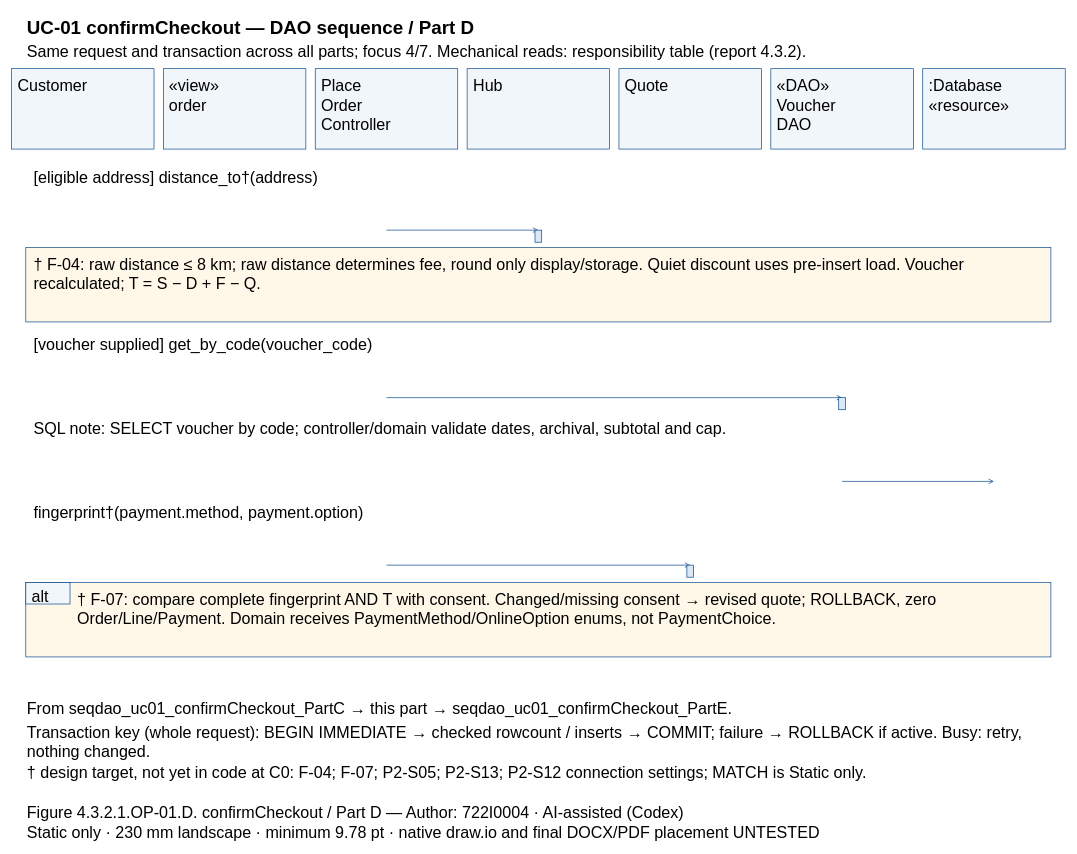
Before: models/UC-01/seqdao_uc01_confirmCheckout_PartD.drawio in Dat071104/SaigonBite, a draw.io diagram. Source tidied: cells renumbered, new cells numbered last; positions are measured from the earlier drawing's top-left corner, leaving out a move shared by most shapes. Both pictures are drawn from the tidied source at 67%, with x=0, y=0 at pixel (11, 11).
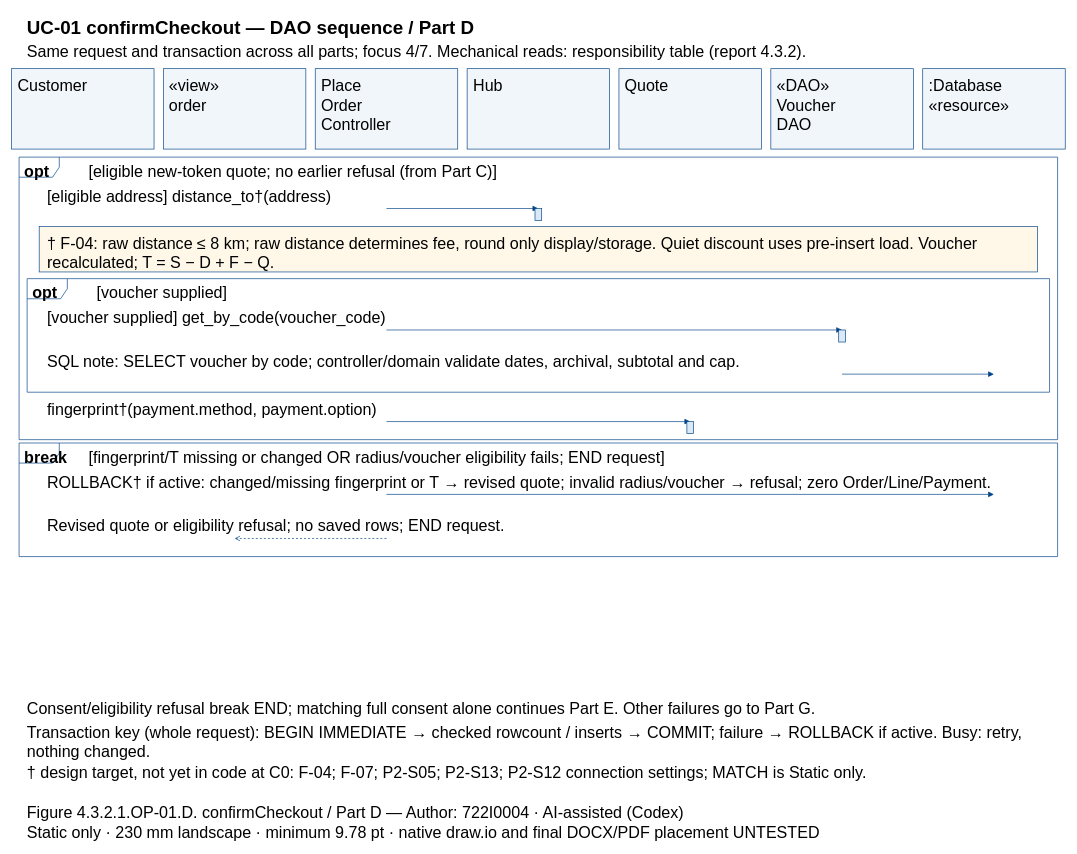
Above is the later version.

What changed in the source:
```diff
@@
+    <mxCell id="48" style="shape=umlFrame;fillColor=none;strokeColor=#004387;" parent="1" vertex="1">
+      <mxGeometry x="11" y="217" width="1550" height="421.7" as="geometry" />
+    </mxCell>
+    <mxCell id="49" style="shape=umlFrame;fillColor=none;strokeColor=#004387;" parent="1" vertex="1">
+      <mxGeometry x="23" y="398.4" width="1526" height="169.5" as="geometry" />
+    </mxCell>
+    <mxCell id="50" style="shape=umlFrame;fillColor=none;strokeColor=#004387;" parent="1" vertex="1">
+      <mxGeometry x="11" y="643.7" width="1550" height="169.5" as="geometry" />
+    </mxCell>
@@
-    <mxCell id="15" value="«DAO»&#10;Voucher&#10;DAO" style="text;html=0;whiteSpace=wrap;align=left;verticalAlign=top;strokeColor=none;fillColor=none;fontFamily=Arial;fontSize=24;fontStyle=0;" parent="1" vertex="1">
-      <mxGeometry x="1140" y="90" width="198.7" height="83.5" as="geometry" />
-    </mxCell>
+    <mxCell id="18" value="«DAO»&#10;Voucher&#10;DAO" style="text;html=0;whiteSpace=wrap;align=left;verticalAlign=top;strokeColor=none;fillColor=none;fontFamily=Arial;fontSize=24;fontStyle=0;" parent="1" vertex="1">
+      <mxGeometry x="1140" y="90" width="198.7" height="83.5" as="geometry" />
+    </mxCell>
@@
-    <mxCell id="18" value="[eligible address] distance_to†(address)" style="text;html=0;whiteSpace=wrap;align=left;verticalAlign=top;strokeColor=none;fillColor=none;fontFamily=Arial;fontSize=24;fontStyle=0;" parent="1" vertex="1">
-      <mxGeometry x="31" y="227" width="1510" height="27.8" as="geometry" />
-    </mxCell>
+    <mxCell id="51" value="opt" style="text;html=0;whiteSpace=wrap;align=left;verticalAlign=top;strokeColor=none;fillColor=none;fontFamily=Arial;fontSize=24;fontStyle=1;" parent="1" vertex="1">
+      <mxGeometry x="17" y="218" width="84" height="27.8" as="geometry" />
+    </mxCell>
+    <mxCell id="52" value="[eligible new-token quote; no earlier refusal (from Part C)]" style="text;html=0;whiteSpace=wrap;align=left;verticalAlign=top;strokeColor=none;fillColor=none;fontFamily=Arial;fontSize=24;fontStyle=0;" parent="1" vertex="1">
+      <mxGeometry x="113" y="218" width="1438" height="27.8" as="geometry" />
+    </mxCell>
+    <mxCell id="53" value="opt" style="text;html=0;whiteSpace=wrap;align=left;verticalAlign=top;strokeColor=none;fillColor=none;fontFamily=Arial;fontSize=24;fontStyle=1;" parent="1" vertex="1">
+      <mxGeometry x="29" y="399.4" width="84" height="27.8" as="geometry" />
+    </mxCell>
+    <mxCell id="54" value="[voucher supplied]" style="text;html=0;whiteSpace=wrap;align=left;verticalAlign=top;strokeColor=none;fillColor=none;fontFamily=Arial;fontSize=24;fontStyle=0;" parent="1" vertex="1">
+      <mxGeometry x="125" y="399.4" width="1414" height="27.8" as="geometry" />
+    </mxCell>
+    <mxCell id="55" value="break" style="text;html=0;whiteSpace=wrap;align=left;verticalAlign=top;strokeColor=none;fillColor=none;fontFamily=Arial;fontSize=24;fontStyle=1;" parent="1" vertex="1">
+      <mxGeometry x="17" y="644.7" width="84" height="27.8" as="geometry" />
+    </mxCell>
+    <mxCell id="56" value="[fingerprint/T missing or changed OR radius/voucher eligibility fails; END request]" style="text;html=0;whiteSpace=wrap;align=left;verticalAlign=top;strokeColor=none;fillColor=none;fontFamily=Arial;fontSize=24;fontStyle=0;" parent="1" vertex="1">
+      <mxGeometry x="113" y="644.7" width="1438" height="27.8" as="geometry" />
+    </mxCell>
+    <mxCell id="57" value="[eligible address] distance_to†(address)" style="text;html=0;whiteSpace=wrap;align=left;verticalAlign=top;strokeColor=none;fillColor=none;fontFamily=Arial;fontSize=24;fontStyle=0;" parent="1" vertex="1">
+      <mxGeometry x="51" y="254.8" width="1470" height="27.8" as="geometry" />
+    </mxCell>
     <mxCell id="19" style="opacity=0;" parent="1" vertex="1">
-      <mxGeometry x="559.3" y="326" as="geometry" />
+      <mxGeometry x="559.3" y="293.7" as="geometry" />
     </mxCell>
     <mxCell id="20" style="opacity=0;" parent="1" vertex="1">
-      <mxGeometry x="786" y="326" as="geometry" />
+      <mxGeometry x="786" y="293.7" as="geometry" />
     </mxCell>
-    <mxCell id="21" style="edgeStyle=none;endArrow=open;strokeColor=#004387;exitX=0.5;entryX=0.5;exitPerimeter=0;entryPerimeter=0;" parent="1" edge="1" source="19" target="20">
+    <mxCell id="21" style="edgeStyle=none;endArrow=block;endFill=1;strokeColor=#004387;exitX=0.5;entryX=0.5;exitPerimeter=0;entryPerimeter=0;" parent="1" edge="1" source="19" target="20">
       <mxGeometry relative="1" as="geometry" />
     </mxCell>
-    <mxCell id="22" style="fillColor=#DAE9F5;strokeColor=#004387;" parent="1" vertex="1">
-      <mxGeometry x="781" y="326" width="10" height="18" as="geometry" />
-    </mxCell>
-    <mxCell id="23" style="fillColor=#FFF8E9;strokeColor=#004387;" parent="1" vertex="1">
-      <mxGeometry x="21" y="352" width="1530" height="111" as="geometry" />
-    </mxCell>
+    <mxCell id="58" style="fillColor=#DAE9F5;strokeColor=#004387;" parent="1" vertex="1">
+      <mxGeometry x="781" y="293.7" width="10" height="18" as="geometry" />
+    </mxCell>
+    <mxCell id="38" style="fillColor=#FFF8E9;strokeColor=#004387;" parent="1" vertex="1">
+      <mxGeometry x="41" y="320.7" width="1490" height="67.7" as="geometry" />
+    </mxCell>
     <mxCell id="24" value="† F-04: raw distance ≤ 8 km; raw distance determines fee, round only display/storage. Quiet discount uses pre-insert load. Voucher&#10;recalculated; T = S − D + F − Q." style="text;html=0;whiteSpace=wrap;align=left;verticalAlign=top;strokeColor=none;fillColor=none;fontFamily=Arial;fontSize=24;fontStyle=0;" parent="1" vertex="1">
-      <mxGeometry x="31" y="357" width="1510" height="55.7" as="geometry" />
+      <mxGeometry x="51" y="324.7" width="1470" height="55.7" as="geometry" />
     </mxCell>
     <mxCell id="25" value="[voucher supplied] get_by_code(voucher_code)" style="text;html=0;whiteSpace=wrap;align=left;verticalAlign=top;strokeColor=none;fillColor=none;fontFamily=Arial;fontSize=24;fontStyle=0;" parent="1" vertex="1">
-      <mxGeometry x="31" y="477" width="1510" height="27.8" as="geometry" />
+      <mxGeometry x="51" y="436.2" width="1470" height="27.8" as="geometry" />
     </mxCell>
     <mxCell id="26" style="opacity=0;" parent="1" vertex="1">
-      <mxGeometry x="559.3" y="576" as="geometry" />
+      <mxGeometry x="559.3" y="475" as="geometry" />
     </mxCell>
     <mxCell id="27" style="opacity=0;" parent="1" vertex="1">
-      <mxGeometry x="1239.3" y="576" as="geometry" />
+      <mxGeometry x="1239.3" y="475" as="geometry" />
     </mxCell>
-    <mxCell id="28" style="edgeStyle=none;endArrow=open;strokeColor=#004387;exitX=0.5;entryX=0.5;exitPerimeter=0;entryPerimeter=0;" parent="1" edge="1" source="26" target="27">
+    <mxCell id="28" style="edgeStyle=none;endArrow=block;endFill=1;strokeColor=#004387;exitX=0.5;entryX=0.5;exitPerimeter=0;entryPerimeter=0;" parent="1" edge="1" source="26" target="27">
       <mxGeometry relative="1" as="geometry" />
     </mxCell>
-    <mxCell id="29" style="fillColor=#DAE9F5;strokeColor=#004387;" parent="1" vertex="1">
-      <mxGeometry x="1234.3" y="576" width="10" height="18" as="geometry" />
-    </mxCell>
-    <mxCell id="30" value="SQL note: SELECT voucher by code; controller/domain validate dates, archival, subtotal and cap." style="text;html=0;whiteSpace=wrap;align=left;verticalAlign=top;strokeColor=none;fillColor=none;fontFamily=Arial;fontSize=24;fontStyle=0;" parent="1" vertex="1">
-      <mxGeometry x="31" y="602" width="1510" height="27.8" as="geometry" />
-    </mxCell>
+    <mxCell id="59" style="fillColor=#DAE9F5;strokeColor=#004387;" parent="1" vertex="1">
+      <mxGeometry x="1234.3" y="475" width="10" height="18" as="geometry" />
+    </mxCell>
+    <mxCell id="43" value="SQL note: SELECT voucher by code; controller/domain validate dates, archival, subtotal and cap." style="text;html=0;whiteSpace=wrap;align=left;verticalAlign=top;strokeColor=none;fillColor=none;fontFamily=Arial;fontSize=24;fontStyle=0;" parent="1" vertex="1">
+      <mxGeometry x="51" y="502" width="1470" height="27.8" as="geometry" />
+    </mxCell>
     <mxCell id="31" style="opacity=0;" parent="1" vertex="1">
-      <mxGeometry x="1239.3" y="701" as="geometry" />
+      <mxGeometry x="1239.3" y="540.9" as="geometry" />
     </mxCell>
     <mxCell id="32" style="opacity=0;" parent="1" vertex="1">
-      <mxGeometry x="1466" y="701" as="geometry" />
+      <mxGeometry x="1466" y="540.9" as="geometry" />
     </mxCell>
-    <mxCell id="33" style="edgeStyle=none;endArrow=open;strokeColor=#004387;exitX=0.5;entryX=0.5;exitPerimeter=0;entryPerimeter=0;" parent="1" edge="1" source="31" target="32">
+    <mxCell id="33" style="edgeStyle=none;endArrow=block;endFill=1;strokeColor=#004387;exitX=0.5;entryX=0.5;exitPerimeter=0;entryPerimeter=0;" parent="1" edge="1" source="31" target="32">
       <mxGeometry relative="1" as="geometry" />
     </mxCell>
-    <mxCell id="34" value="fingerprint†(payment.method, payment.option)" style="text;html=0;whiteSpace=wrap;align=left;verticalAlign=top;strokeColor=none;fillColor=none;fontFamily=Arial;fontSize=24;fontStyle=0;" parent="1" vertex="1">
-      <mxGeometry x="31" y="727" width="1510" height="27.8" as="geometry" />
-    </mxCell>
+    <mxCell id="45" value="fingerprint†(payment.method, payment.option)" style="text;html=0;whiteSpace=wrap;align=left;verticalAlign=top;strokeColor=none;fillColor=none;fontFamily=Arial;fontSize=24;fontStyle=0;" parent="1" vertex="1">
+      <mxGeometry x="51" y="572.9" width="1470" height="27.8" as="geometry" />
+    </mxCell>
     <mxCell id="35" style="opacity=0;" parent="1" vertex="1">
-      <mxGeometry x="559.3" y="826" as="geometry" />
+      <mxGeometry x="559.3" y="611.7" as="geometry" />
     </mxCell>
     <mxCell id="36" style="opacity=0;" parent="1" vertex="1">
-      <mxGeometry x="1012.7" y="826" as="geometry" />
+      <mxGeometry x="1012.7" y="611.7" as="geometry" />
     </mxCell>
-    <mxCell id="37" style="edgeStyle=none;endArrow=open;strokeColor=#004387;exitX=0.5;entryX=0.5;exitPerimeter=0;entryPerimeter=0;" parent="1" edge="1" source="35" target="36">
+    <mxCell id="37" style="edgeStyle=none;endArrow=block;endFill=1;strokeColor=#004387;exitX=0.5;entryX=0.5;exitPerimeter=0;entryPerimeter=0;" parent="1" edge="1" source="35" target="36">
       <mxGeometry relative="1" as="geometry" />
     </mxCell>
-    <mxCell id="38" style="fillColor=#DAE9F5;strokeColor=#004387;" parent="1" vertex="1">
-      <mxGeometry x="1007.7" y="826" width="10" height="18" as="geometry" />
-    </mxCell>
-    <mxCell id="39" style="fillColor=#FFF8E9;strokeColor=#004387;" parent="1" vertex="1">
-      <mxGeometry x="21" y="852" width="1530" height="111" as="geometry" />
-    </mxCell>
-    <mxCell id="40" style="fillColor=#F1F6FA;strokeColor=#004387;" parent="1" vertex="1">
-      <mxGeometry x="21" y="852" width="66" height="32" as="geometry" />
-    </mxCell>
-    <mxCell id="41" value="alt" style="text;html=0;whiteSpace=wrap;align=left;verticalAlign=top;strokeColor=none;fillColor=none;fontFamily=Arial;fontSize=24;fontStyle=0;" parent="1" vertex="1">
-      <mxGeometry x="28" y="852" width="56" height="27.8" as="geometry" />
-    </mxCell>
-    <mxCell id="42" value="† F-07: compare complete fingerprint AND T with consent. Changed/missing consent → revised quote; ROLLBACK, zero&#10;Order/Line/Payment. Domain receives PaymentMethod/OnlineOption enums, not PaymentChoice." style="text;html=0;whiteSpace=wrap;align=left;verticalAlign=top;strokeColor=none;fillColor=none;fontFamily=Arial;fontSize=24;fontStyle=0;" parent="1" vertex="1">
-      <mxGeometry x="96" y="857" width="1440" height="55.7" as="geometry" />
-    </mxCell>
-    <mxCell id="43" value="From seqdao_uc01_confirmCheckout_PartC → this part → seqdao_uc01_confirmCheckout_PartE." style="text;html=0;whiteSpace=wrap;align=left;verticalAlign=top;strokeColor=none;fillColor=none;fontFamily=Arial;fontSize=24;fontStyle=0;" parent="1" vertex="1">
-      <mxGeometry x="21" y="1020" width="1530" height="27.8" as="geometry" />
-    </mxCell>
+    <mxCell id="60" style="fillColor=#DAE9F5;strokeColor=#004387;" parent="1" vertex="1">
+      <mxGeometry x="1007.7" y="611.7" width="10" height="18" as="geometry" />
+    </mxCell>
+    <mxCell id="61" value="ROLLBACK† if active: changed/missing fingerprint or T → revised quote; invalid radius/voucher → refusal; zero Order/Line/Payment." style="text;html=0;whiteSpace=wrap;align=left;verticalAlign=top;strokeColor=none;fillColor=none;fontFamily=Arial;fontSize=24;fontStyle=0;" parent="1" vertex="1">
+      <mxGeometry x="51" y="681.6" width="1470" height="27.8" as="geometry" />
+    </mxCell>
+    <mxCell id="62" style="opacity=0;" parent="1" vertex="1">
+      <mxGeometry x="559.3" y="720.4" as="geometry" />
+    </mxCell>
+    <mxCell id="63" style="opacity=0;" parent="1" vertex="1">
+      <mxGeometry x="1466" y="720.4" as="geometry" />
+    </mxCell>
+    <mxCell id="64" style="edgeStyle=none;endArrow=block;endFill=1;strokeColor=#004387;exitX=0.5;entryX=0.5;exitPerimeter=0;entryPerimeter=0;" parent="1" edge="1" source="62" target="63">
+      <mxGeometry relative="1" as="geometry" />
+    </mxCell>
+    <mxCell id="65" value="Revised quote or eligibility refusal; no saved rows; END request." style="text;html=0;whiteSpace=wrap;align=left;verticalAlign=top;strokeColor=none;fillColor=none;fontFamily=Arial;fontSize=24;fontStyle=0;" parent="1" vertex="1">
+      <mxGeometry x="51" y="747.4" width="1470" height="27.8" as="geometry" />
+    </mxCell>
+    <mxCell id="66" style="opacity=0;" parent="1" vertex="1">
+      <mxGeometry x="559.3" y="786.2" as="geometry" />
+    </mxCell>
+    <mxCell id="67" style="opacity=0;" parent="1" vertex="1">
+      <mxGeometry x="332.7" y="786.2" as="geometry" />
+    </mxCell>
+    <mxCell id="68" style="edgeStyle=none;endArrow=open;endFill=0;strokeColor=#004387;dashed=1;exitX=0.5;entryX=0.5;exitPerimeter=0;entryPerimeter=0;" parent="1" edge="1" source="66" target="67">
+      <mxGeometry relative="1" as="geometry" />
+    </mxCell>
+    <mxCell id="69" value="Consent/eligibility refusal break END; matching full consent alone continues Part E. Other failures go to Part G." style="text;html=0;whiteSpace=wrap;align=left;verticalAlign=top;strokeColor=none;fillColor=none;fontFamily=Arial;fontSize=24;fontStyle=0;" parent="1" vertex="1">
+      <mxGeometry x="21" y="1020" width="1530" height="27.8" as="geometry" />
+    </mxCell>
@@
-    <mxCell id="45" value="† design target, not yet in code at C0: F-04; F-07; P2-S05; P2-S13; P2-S12 connection settings; MATCH is Static only." style="text;html=0;whiteSpace=wrap;align=left;verticalAlign=top;strokeColor=none;fillColor=none;fontFamily=Arial;fontSize=24;fontStyle=0;" parent="1" vertex="1">
-      <mxGeometry x="21" y="1115" width="1530" height="27.8" as="geometry" />
-    </mxCell>
+    <mxCell id="70" value="† design target, not yet in code at C0: F-04; F-07; P2-S05; P2-S13; P2-S12 connection settings; MATCH is Static only." style="text;html=0;whiteSpace=wrap;align=left;verticalAlign=top;strokeColor=none;fillColor=none;fontFamily=Arial;fontSize=24;fontStyle=0;" parent="1" vertex="1">
+      <mxGeometry x="21" y="1115" width="1530" height="27.8" as="geometry" />
+    </mxCell>
```
